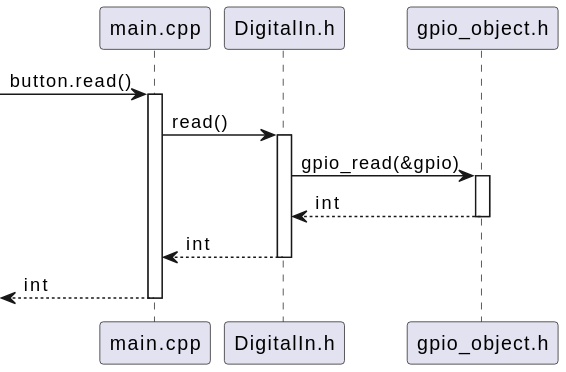
Bhagyani08/test_project keeps this PlantUML diagram as ai-design/sequence/button.read__.svg. Above is the earlier version.
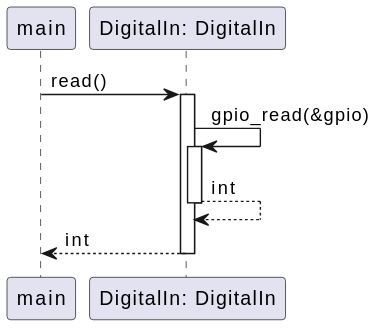
The same file after the commit.

Commit message:
Auto-update AI design diagrams

What changed in the source:
```diff
@@ -1,18 +1,16 @@
 @startuml
-participant "main.cpp" as main_cpp
-participant "DigitalIn.h" as digitalin_h
-participant "gpio_object.h" as gpio_object_h
+participant "main" as Main
+participant "DigitalIn: DigitalIn" as DigitalIn
 
-[-> main_cpp : button.read()
-activate main_cpp
-main_cpp -> digitalin_h : read()
-activate digitalin_h
-digitalin_h -> gpio_object_h : gpio_read(&gpio)
-activate gpio_object_h
-gpio_object_h --> digitalin_h : int
-deactivate gpio_object_h
-digitalin_h --> main_cpp : int
-deactivate digitalin_h
-[<-- main_cpp : int
-deactivate main_cpp
+Main -> DigitalIn : read()
+activate DigitalIn
+
+DigitalIn -> DigitalIn : gpio_read(&gpio)
+activate DigitalIn
+
+DigitalIn --> DigitalIn : int
+deactivate DigitalIn
+
+DigitalIn --> Main : int
+deactivate DigitalIn
 @enduml
```
